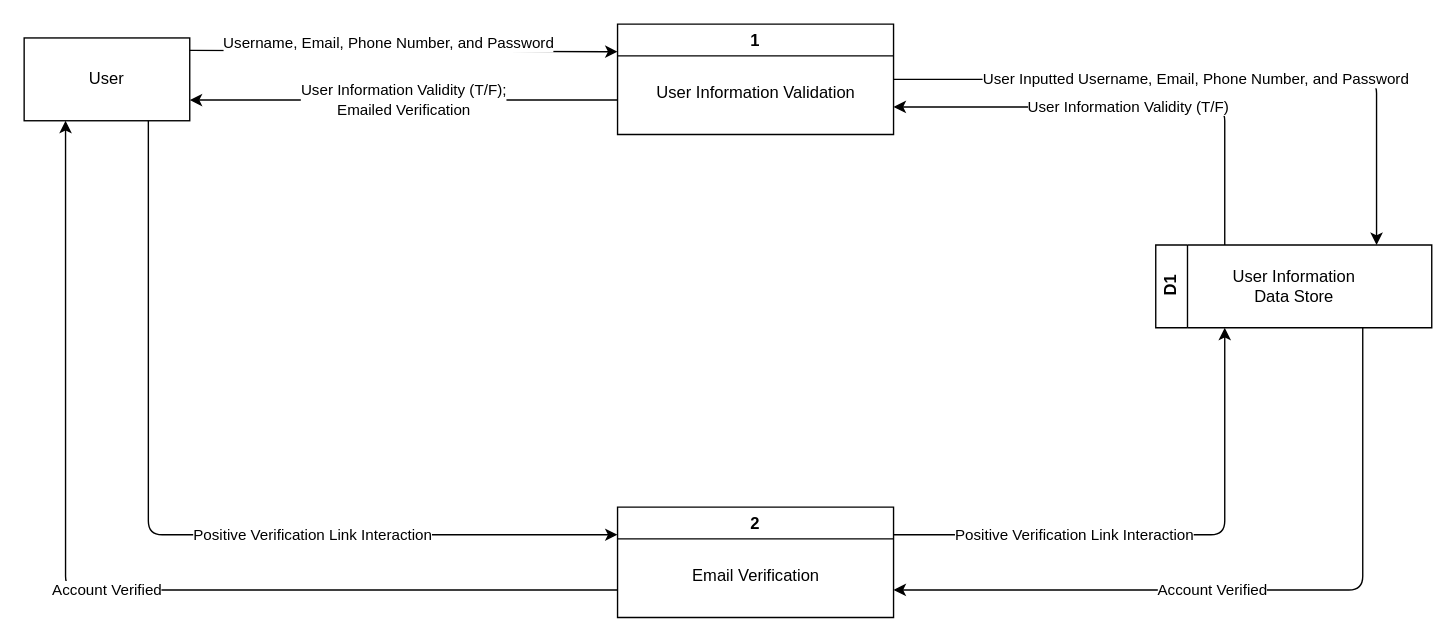
This is page "UC1_L0 - Register User" (2 of 5) of UseCases.drawio from TKCoder13/CSC331_UseCases, a draw.io file, before an edit. Source tidied: cells renumbered, new cells numbered last; positions are measured from the earlier drawing's top-left corner, leaving out a move shared by most shapes. Both pictures are drawn from the tidied source at 138%, with x=0, y=0 at pixel (23, 23).
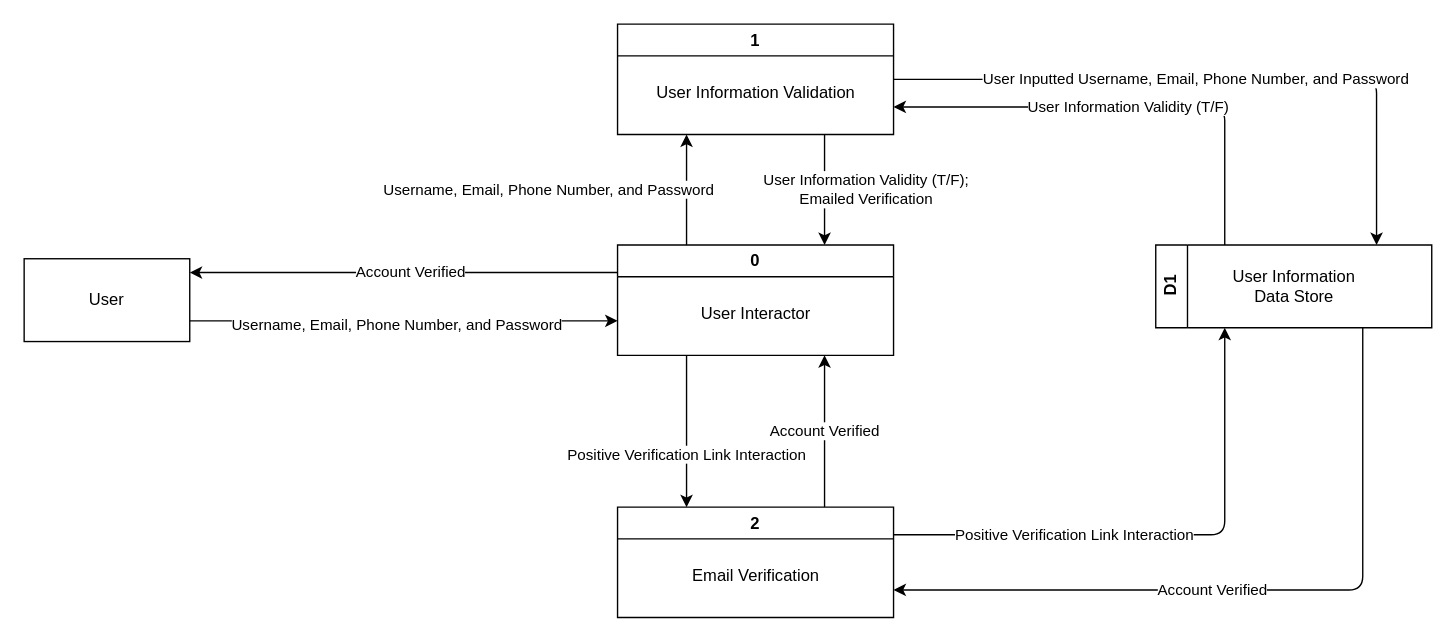
After the change.

Unchanged cells that the change refers to:
```xml
<mxCell id="5" value="1" style="swimlane;whiteSpace=wrap;html=1;" parent="1" vertex="1">
  <mxGeometry x="430" width="200" height="80" as="geometry" />
</mxCell>
<mxCell id="12" value="2" style="swimlane;whiteSpace=wrap;html=1;" parent="1" vertex="1">
  <mxGeometry x="430" y="350" width="200" height="80" as="geometry" />
</mxCell>
```

Diff of the diagram source:
```diff
@@
     <mxCell id="2" value="User" style="rounded=0;whiteSpace=wrap;html=1;" parent="1" vertex="1">
-      <mxGeometry y="10" width="120" height="60" as="geometry" />
+      <mxGeometry y="170" width="120" height="60" as="geometry" />
     </mxCell>
-    <mxCell id="3" value="Username, Email, Phone Number, and Password" style="endArrow=classic;html=1;exitX=1;exitY=0.15;exitDx=0;exitDy=0;entryX=0;entryY=0.25;entryDx=0;entryDy=0;exitPerimeter=0;" parent="1" edge="1" source="2" target="5">
-      <mxGeometry x="-0.07" y="5" relative="1" as="geometry" />
+    <mxCell id="3" value="Username, Email, Phone Number, and Password" style="endArrow=classic;html=1;exitX=0.25;exitY=0;exitDx=0;exitDy=0;entryX=0.25;entryY=1;entryDx=0;entryDy=0;" parent="1" edge="1" source="17" target="5">
+      <mxGeometry y="100" relative="1" as="geometry" />
     </mxCell>
-    <mxCell id="4" value="Account Verified" style="endArrow=classic;html=1;entryX=0.25;entryY=1;entryDx=0;entryDy=0;exitX=0;exitY=0.75;exitDx=0;exitDy=0;" parent="1" edge="1" source="12" target="2">
-      <mxGeometry relative="1" as="geometry">
-        <Array as="points">
-          <mxPoint x="30" y="410" />
-        </Array>
-      </mxGeometry>
+    <mxCell id="4" value="Account Verified" style="endArrow=classic;html=1;entryX=0.75;entryY=1;entryDx=0;entryDy=0;exitX=0.75;exitY=0;exitDx=0;exitDy=0;" parent="1" edge="1" source="12" target="17">
+      <mxGeometry relative="1" as="geometry" />
     </mxCell>
@@
-    <mxCell id="11" value="User Information Validity (T/F);&lt;br&gt;Emailed Verification" style="endArrow=classic;html=1;entryX=1;entryY=0.75;entryDx=0;entryDy=0;" parent="1" edge="1" target="2">
-      <mxGeometry relative="1" as="geometry">
-        <mxPoint x="430" y="55" as="sourcePoint" />
-      </mxGeometry>
+    <mxCell id="11" value="User Information Validity (T/F);&lt;br&gt;Emailed Verification" style="endArrow=classic;html=1;entryX=0.75;entryY=0;entryDx=0;entryDy=0;exitX=0.75;exitY=1;exitDx=0;exitDy=0;" parent="1" edge="1" source="5" target="17">
+      <mxGeometry y="30" relative="1" as="geometry" />
     </mxCell>
@@
-    <mxCell id="14" value="Positive Verification Link Interaction" style="endArrow=classic;html=1;exitX=0.75;exitY=1;exitDx=0;exitDy=0;entryX=0;entryY=0.25;entryDx=0;entryDy=0;" parent="1" edge="1" source="2" target="12">
-      <mxGeometry x="0.31" relative="1" as="geometry">
-        <Array as="points">
-          <mxPoint x="90" y="370" />
-        </Array>
-      </mxGeometry>
+    <mxCell id="14" value="Positive Verification Link Interaction" style="endArrow=classic;html=1;exitX=0.25;exitY=1;exitDx=0;exitDy=0;entryX=0.25;entryY=0;entryDx=0;entryDy=0;" parent="1" edge="1" source="17" target="12">
+      <mxGeometry x="0.31" relative="1" as="geometry" />
     </mxCell>
@@
+    <mxCell id="17" value="0" style="swimlane;whiteSpace=wrap;html=1;" parent="1" vertex="1">
+      <mxGeometry x="430" y="160" width="200" height="80" as="geometry" />
+    </mxCell>
+    <mxCell id="18" value="User Interactor" style="text;html=1;align=center;verticalAlign=middle;strokeColor=none;fillColor=none;" parent="17" vertex="1">
+      <mxGeometry x="50" y="35" width="100" height="30" as="geometry" />
+    </mxCell>
+    <mxCell id="19" value="Account Verified" style="endArrow=classic;html=1;exitX=0;exitY=0.25;exitDx=0;exitDy=0;" parent="1" edge="1" source="17">
+      <mxGeometry x="-0.03" relative="1" as="geometry">
+        <mxPoint x="120" y="180" as="targetPoint" />
+      </mxGeometry>
+    </mxCell>
+    <mxCell id="20" value="Username, Email, Phone Number, and Password" style="endArrow=classic;html=1;exitX=1;exitY=0.75;exitDx=0;exitDy=0;" parent="1" edge="1" source="2">
+      <mxGeometry x="-0.03" y="-3" relative="1" as="geometry">
+        <mxPoint x="430" y="215" as="targetPoint" />
+      </mxGeometry>
+    </mxCell>
```
